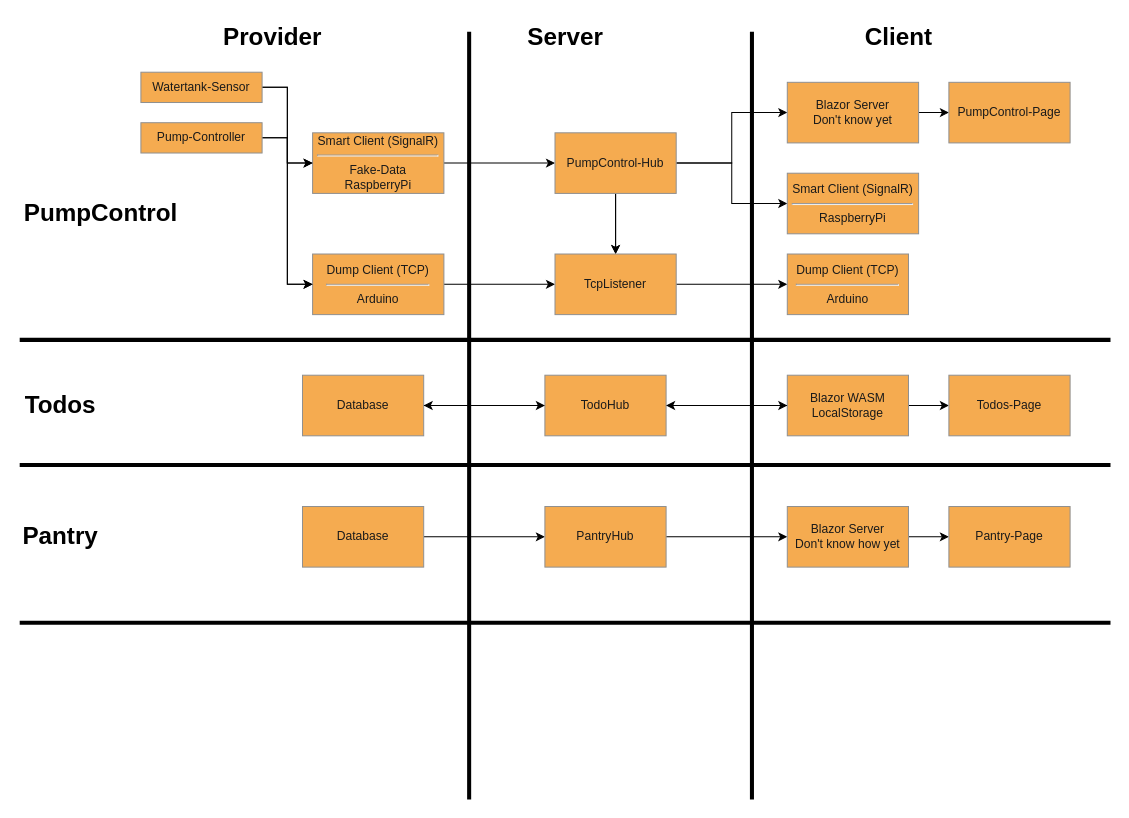
Above: Diagrams/Dataflow.drawio in SpaxR/CIAHome (draw.io), before the change. Source tidied: cells renumbered, new cells numbered last; positions are measured from the earlier drawing's top-left corner, leaving out a move shared by most shapes. Both pictures are drawn from the tidied source at 101%, with x=0, y=0 at pixel (19, 17).
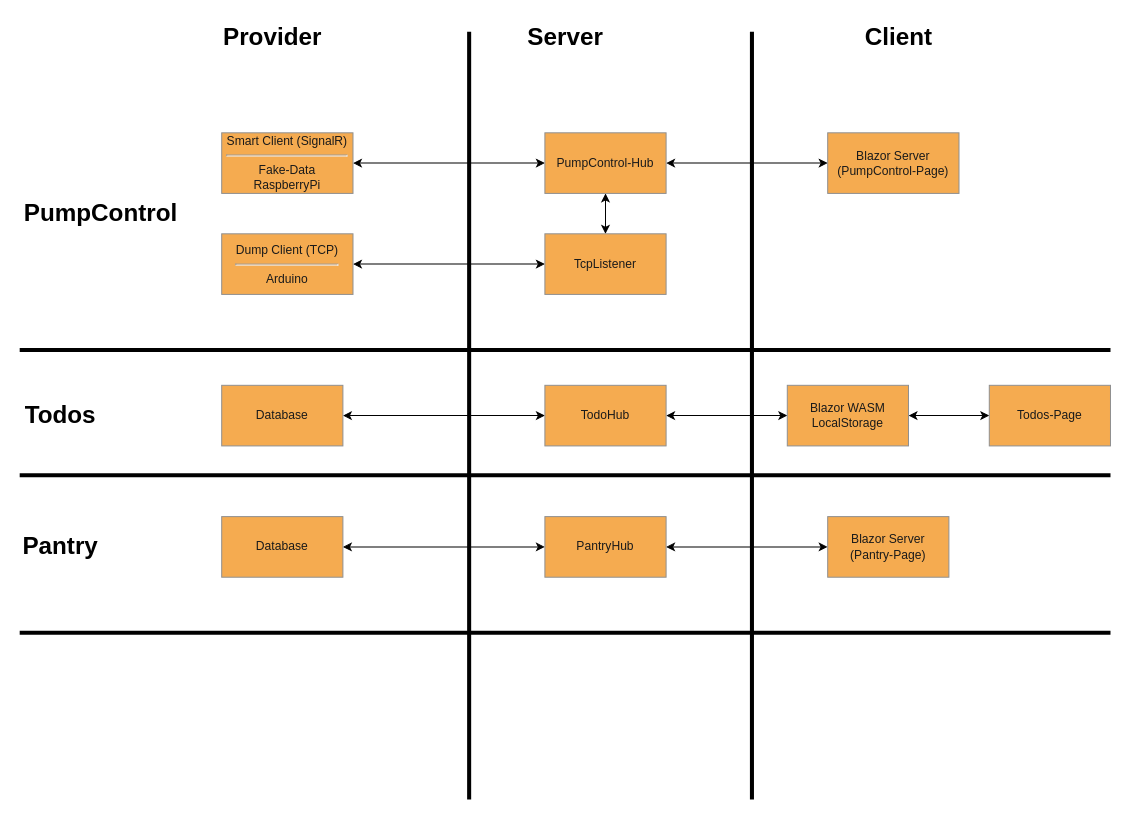
Above is the later version.

Commit message (it also covers changes not shown here):
Renamed Watertank- and Pump-Status updates

The edit, as a diff of the source:
```diff
@@
-    <mxCell id="4" style="edgeStyle=orthogonalEdgeStyle;rounded=0;jettySize=auto;html=1;" parent="1" edge="1" source="5" target="10">
-      <mxGeometry relative="1" as="geometry" />
+    <mxCell id="4" style="edgeStyle=orthogonalEdgeStyle;rounded=0;jettySize=auto;html=1;entryX=0;entryY=0.5;entryDx=0;entryDy=0;exitX=1;exitY=0.5;exitDx=0;exitDy=0;startArrow=classic;startFill=1;" parent="1" edge="1" source="5" target="10">
+      <mxGeometry relative="1" as="geometry">
+        <Array as="points">
+          <mxPoint x="460" y="144" />
+          <mxPoint x="460" y="144" />
+        </Array>
+      </mxGeometry>
     </mxCell>
     <mxCell id="5" value="&lt;div&gt;Smart Client (SignalR)&lt;/div&gt;&lt;div&gt;&lt;hr&gt;&lt;/div&gt;&lt;div&gt;Fake-Data&lt;/div&gt;&lt;div&gt;RaspberryPi&lt;/div&gt;" style="rounded=0;whiteSpace=wrap;html=1;fillColor=#F5AB50;strokeColor=#909090;fontColor=#1A1A1A;" parent="1" vertex="1">
-      <mxGeometry x="290" y="114" width="130" height="60" as="geometry" />
+      <mxGeometry x="200" y="114" width="130" height="60" as="geometry" />
     </mxCell>
-    <mxCell id="6" style="edgeStyle=orthogonalEdgeStyle;rounded=0;jettySize=auto;html=1;entryX=0.5;entryY=0;entryDx=0;entryDy=0;" parent="1" edge="1" source="10" target="18">
+    <mxCell id="6" style="edgeStyle=orthogonalEdgeStyle;rounded=0;jettySize=auto;html=1;entryX=0.5;entryY=0;entryDx=0;entryDy=0;startArrow=classic;startFill=1;" parent="1" edge="1" source="10" target="18">
       <mxGeometry relative="1" as="geometry" />
     </mxCell>
-    <mxCell id="7" style="edgeStyle=orthogonalEdgeStyle;rounded=0;jettySize=auto;html=1;" parent="1" edge="1" source="10" target="43">
-      <mxGeometry relative="1" as="geometry" />
-    </mxCell>
-    <mxCell id="8" style="edgeStyle=orthogonalEdgeStyle;rounded=0;jettySize=auto;html=1;" parent="1" edge="1" source="10">
-      <mxGeometry relative="1" as="geometry">
-        <mxPoint x="590" y="234" as="targetPoint" />
-      </mxGeometry>
-    </mxCell>
-    <mxCell id="9" style="edgeStyle=orthogonalEdgeStyle;rounded=0;jettySize=auto;html=1;entryX=0;entryY=0.5;entryDx=0;entryDy=0;" parent="1" edge="1" source="10" target="22">
+    <mxCell id="9" style="edgeStyle=orthogonalEdgeStyle;rounded=0;jettySize=auto;html=1;entryX=0;entryY=0.5;entryDx=0;entryDy=0;startArrow=classic;startFill=1;" parent="1" edge="1" source="10" target="22">
       <mxGeometry relative="1" as="geometry" />
     </mxCell>
     <mxCell id="10" value="&lt;div&gt;PumpControl-Hub&lt;/div&gt;" style="rounded=0;whiteSpace=wrap;html=1;fillColor=#F5AB50;strokeColor=#909090;fontColor=#1A1A1A;" parent="1" vertex="1">
-      <mxGeometry x="530" y="114" width="120" height="60" as="geometry" />
+      <mxGeometry x="520" y="114" width="120" height="60" as="geometry" />
     </mxCell>
-    <mxCell id="11" style="edgeStyle=orthogonalEdgeStyle;rounded=0;jettySize=auto;html=1;exitX=1;exitY=0.5;exitDx=0;exitDy=0;" parent="1" edge="1" source="22" target="25">
-      <mxGeometry relative="1" as="geometry" />
-    </mxCell>
-    <mxCell id="12" style="edgeStyle=orthogonalEdgeStyle;rounded=0;jettySize=auto;html=1;entryX=0;entryY=0.5;entryDx=0;entryDy=0;" parent="1" edge="1" source="14" target="30">
+    <mxCell id="12" style="edgeStyle=orthogonalEdgeStyle;rounded=0;jettySize=auto;html=1;entryX=0;entryY=0.5;entryDx=0;entryDy=0;startArrow=classic;startFill=1;" parent="1" edge="1" source="14" target="30">
       <mxGeometry relative="1" as="geometry" />
     </mxCell>
-    <mxCell id="13" style="edgeStyle=orthogonalEdgeStyle;rounded=0;jettySize=auto;html=1;entryX=1;entryY=0.5;entryDx=0;entryDy=0;" parent="1" edge="1" source="14" target="33">
+    <mxCell id="13" style="edgeStyle=orthogonalEdgeStyle;rounded=0;jettySize=auto;html=1;entryX=1;entryY=0.5;entryDx=0;entryDy=0;startArrow=classic;startFill=1;" parent="1" edge="1" source="14" target="33">
       <mxGeometry relative="1" as="geometry" />
     </mxCell>
     <mxCell id="14" value="&lt;div&gt;Blazor WASM&lt;/div&gt;&lt;div&gt;LocalStorage&lt;/div&gt;" style="rounded=0;whiteSpace=wrap;html=1;fillColor=#F5AB50;strokeColor=#909090;fontColor=#1A1A1A;" parent="1" vertex="1">
-      <mxGeometry x="760" y="354" width="120" height="60" as="geometry" />
+      <mxGeometry x="760" y="364" width="120" height="60" as="geometry" />
     </mxCell>
-    <mxCell id="15" style="edgeStyle=orthogonalEdgeStyle;rounded=0;jettySize=auto;html=1;" parent="1" edge="1" source="16" target="18">
+    <mxCell id="15" style="edgeStyle=orthogonalEdgeStyle;rounded=0;jettySize=auto;html=1;startArrow=classic;startFill=1;" parent="1" edge="1" source="16" target="18">
       <mxGeometry relative="1" as="geometry" />
     </mxCell>
     <mxCell id="16" value="Dump Client (TCP)&lt;br&gt;&lt;hr&gt;Arduino" style="rounded=0;whiteSpace=wrap;html=1;fillColor=#F5AB50;strokeColor=#909090;fontColor=#1A1A1A;" parent="1" vertex="1">
-      <mxGeometry x="290" y="234" width="130" height="60" as="geometry" />
+      <mxGeometry x="200" y="214" width="130" height="60" as="geometry" />
     </mxCell>
-    <mxCell id="17" style="edgeStyle=orthogonalEdgeStyle;rounded=0;jettySize=auto;html=1;entryX=0;entryY=0.5;entryDx=0;entryDy=0;" parent="1" edge="1" source="18" target="44">
-      <mxGeometry relative="1" as="geometry" />
-    </mxCell>
     <mxCell id="18" value="TcpListener" style="rounded=0;whiteSpace=wrap;html=1;fillColor=#F5AB50;strokeColor=#909090;fontColor=#1A1A1A;" parent="1" vertex="1">
-      <mxGeometry x="530" y="234" width="120" height="60" as="geometry" />
+      <mxGeometry x="520" y="214" width="120" height="60" as="geometry" />
     </mxCell>
@@
-    <mxCell id="22" value="&lt;div&gt;Blazor Server&lt;/div&gt;&lt;div&gt;Don't know yet&lt;/div&gt;" style="rounded=0;whiteSpace=wrap;html=1;fillColor=#F5AB50;strokeColor=#909090;fontColor=#1A1A1A;" parent="1" vertex="1">
-      <mxGeometry x="760" y="64" width="130" height="60" as="geometry" />
+    <mxCell id="22" value="&lt;div&gt;Blazor Server&lt;/div&gt;&lt;div&gt;(PumpControl-Page)&lt;/div&gt;" style="rounded=0;whiteSpace=wrap;html=1;fillColor=#F5AB50;strokeColor=#909090;fontColor=#1A1A1A;" parent="1" vertex="1">
+      <mxGeometry x="800" y="114" width="130" height="60" as="geometry" />
     </mxCell>
-    <mxCell id="23" style="edgeStyle=orthogonalEdgeStyle;rounded=0;jettySize=auto;html=1;entryX=0;entryY=0.5;entryDx=0;entryDy=0;" parent="1" edge="1" source="24" target="33">
+    <mxCell id="23" style="edgeStyle=orthogonalEdgeStyle;rounded=0;jettySize=auto;html=1;entryX=0;entryY=0.5;entryDx=0;entryDy=0;startArrow=classic;startFill=1;" parent="1" edge="1" source="24" target="33">
       <mxGeometry relative="1" as="geometry" />
     </mxCell>
     <mxCell id="24" value="Database" style="rounded=0;whiteSpace=wrap;html=1;fillColor=#F5AB50;strokeColor=#909090;fontColor=#1A1A1A;" parent="1" vertex="1">
-      <mxGeometry x="280" y="354" width="120" height="60" as="geometry" />
+      <mxGeometry x="200" y="364" width="120" height="60" as="geometry" />
     </mxCell>
-    <mxCell id="25" value="PumpControl-Page" style="rounded=0;whiteSpace=wrap;html=1;fillColor=#F5AB50;strokeColor=#909090;fontColor=#1A1A1A;" parent="1" vertex="1">
-      <mxGeometry x="920" y="64" width="120" height="60" as="geometry" />
-    </mxCell>
@@
     <mxCell id="27" style="line;strokeWidth=4;html=1;perimeter=backbonePerimeter;" parent="1" vertex="1">
-      <mxGeometry y="314" width="1080" height="10" as="geometry" />
+      <mxGeometry y="324" width="1080" height="10" as="geometry" />
     </mxCell>
     <mxCell id="28" style="line;strokeWidth=4;html=1;perimeter=backbonePerimeter;" parent="1" vertex="1">
-      <mxGeometry y="438" width="1080" height="10" as="geometry" />
+      <mxGeometry y="448" width="1080" height="10" as="geometry" />
     </mxCell>
     <mxCell id="29" value="Todos" style="text;html=1;fontSize=24;fontStyle=1;verticalAlign=middle;align=center;" parent="1" vertex="1">
-      <mxGeometry y="364" width="80" height="40" as="geometry" />
+      <mxGeometry y="374" width="80" height="40" as="geometry" />
     </mxCell>
     <mxCell id="30" value="Todos-Page" style="rounded=0;whiteSpace=wrap;html=1;fillColor=#F5AB50;strokeColor=#909090;fontColor=#1A1A1A;" parent="1" vertex="1">
-      <mxGeometry x="920" y="354" width="120" height="60" as="geometry" />
+      <mxGeometry x="960" y="364" width="120" height="60" as="geometry" />
     </mxCell>
-    <mxCell id="31" style="edgeStyle=orthogonalEdgeStyle;rounded=0;jettySize=auto;html=1;entryX=0;entryY=0.5;entryDx=0;entryDy=0;" parent="1" edge="1" source="33" target="14">
-      <mxGeometry relative="1" as="geometry" />
-    </mxCell>
-    <mxCell id="32" style="edgeStyle=orthogonalEdgeStyle;rounded=0;jettySize=auto;html=1;entryX=1;entryY=0.5;entryDx=0;entryDy=0;" parent="1" edge="1" source="33" target="24">
-      <mxGeometry relative="1" as="geometry" />
-    </mxCell>
     <mxCell id="33" value="&lt;div&gt;TodoHub&lt;/div&gt;" style="rounded=0;whiteSpace=wrap;html=1;fillColor=#F5AB50;strokeColor=#909090;fontColor=#1A1A1A;" parent="1" vertex="1">
-      <mxGeometry x="520" y="354" width="120" height="60" as="geometry" />
+      <mxGeometry x="520" y="364" width="120" height="60" as="geometry" />
     </mxCell>
     <mxCell id="34" value="Pantry" style="text;html=1;fontSize=24;fontStyle=1;verticalAlign=middle;align=center;" parent="1" vertex="1">
-      <mxGeometry y="494" width="80" height="40" as="geometry" />
+      <mxGeometry y="504" width="80" height="40" as="geometry" />
     </mxCell>
-    <mxCell id="35" style="edgeStyle=orthogonalEdgeStyle;rounded=0;jettySize=auto;html=1;entryX=0;entryY=0.5;entryDx=0;entryDy=0;" parent="1" edge="1" source="36" target="38">
+    <mxCell id="35" style="edgeStyle=orthogonalEdgeStyle;rounded=0;jettySize=auto;html=1;entryX=0;entryY=0.5;entryDx=0;entryDy=0;startArrow=classic;startFill=1;" parent="1" edge="1" source="36" target="38">
       <mxGeometry relative="1" as="geometry" />
     </mxCell>
     <mxCell id="36" value="Database" style="rounded=0;whiteSpace=wrap;html=1;fillColor=#F5AB50;strokeColor=#909090;fontColor=#1A1A1A;" parent="1" vertex="1">
-      <mxGeometry x="280" y="484" width="120" height="60" as="geometry" />
+      <mxGeometry x="200" y="494" width="120" height="60" as="geometry" />
     </mxCell>
-    <mxCell id="37" style="edgeStyle=orthogonalEdgeStyle;rounded=0;jettySize=auto;html=1;entryX=0;entryY=0.5;entryDx=0;entryDy=0;" parent="1" edge="1" source="38" target="40">
+    <mxCell id="37" style="edgeStyle=orthogonalEdgeStyle;rounded=0;jettySize=auto;html=1;entryX=0;entryY=0.5;entryDx=0;entryDy=0;startArrow=classic;startFill=1;" parent="1" edge="1" source="38" target="40">
       <mxGeometry relative="1" as="geometry" />
     </mxCell>
     <mxCell id="38" value="PantryHub" style="rounded=0;whiteSpace=wrap;html=1;fillColor=#F5AB50;strokeColor=#909090;fontColor=#1A1A1A;" parent="1" vertex="1">
-      <mxGeometry x="520" y="484" width="120" height="60" as="geometry" />
+      <mxGeometry x="520" y="494" width="120" height="60" as="geometry" />
     </mxCell>
-    <mxCell id="39" style="edgeStyle=orthogonalEdgeStyle;rounded=0;jettySize=auto;html=1;entryX=0;entryY=0.5;entryDx=0;entryDy=0;" parent="1" edge="1" source="40" target="41">
-      <mxGeometry relative="1" as="geometry" />
-    </mxCell>
-    <mxCell id="40" value="Blazor Server&lt;br&gt;Don't know how yet" style="rounded=0;whiteSpace=wrap;html=1;fillColor=#F5AB50;strokeColor=#909090;fontColor=#1A1A1A;" parent="1" vertex="1">
-      <mxGeometry x="760" y="484" width="120" height="60" as="geometry" />
+    <mxCell id="40" value="Blazor Server&lt;br&gt;(Pantry-Page)" style="rounded=0;whiteSpace=wrap;html=1;fillColor=#F5AB50;strokeColor=#909090;fontColor=#1A1A1A;" parent="1" vertex="1">
+      <mxGeometry x="800" y="494" width="120" height="60" as="geometry" />
     </mxCell>
-    <mxCell id="41" value="Pantry-Page" style="rounded=0;whiteSpace=wrap;html=1;fillColor=#F5AB50;strokeColor=#909090;fontColor=#1A1A1A;" parent="1" vertex="1">
-      <mxGeometry x="920" y="484" width="120" height="60" as="geometry" />
-    </mxCell>
     <mxCell id="42" style="line;strokeWidth=4;html=1;perimeter=backbonePerimeter;" parent="1" vertex="1">
-      <mxGeometry y="594" width="1080" height="10" as="geometry" />
+      <mxGeometry y="604" width="1080" height="10" as="geometry" />
     </mxCell>
-    <mxCell id="43" value="&lt;div&gt;Smart Client (SignalR)&lt;/div&gt;&lt;div&gt;&lt;hr&gt;RaspberryPi&lt;/div&gt;" style="rounded=0;whiteSpace=wrap;html=1;fillColor=#F5AB50;strokeColor=#909090;fontColor=#1A1A1A;" parent="1" vertex="1">
-      <mxGeometry x="760" y="154" width="130" height="60" as="geometry" />
-    </mxCell>
-    <mxCell id="44" value="Dump Client (TCP)&lt;br&gt;&lt;hr&gt;Arduino" style="rounded=0;whiteSpace=wrap;html=1;fillColor=#F5AB50;strokeColor=#909090;fontColor=#1A1A1A;" parent="1" vertex="1">
-      <mxGeometry x="760" y="234" width="120" height="60" as="geometry" />
-    </mxCell>
-    <mxCell id="45" style="edgeStyle=orthogonalEdgeStyle;rounded=0;jettySize=auto;html=1;entryX=0;entryY=0.5;entryDx=0;entryDy=0;" parent="1" edge="1" source="47" target="5">
-      <mxGeometry relative="1" as="geometry" />
-    </mxCell>
-    <mxCell id="46" style="edgeStyle=orthogonalEdgeStyle;rounded=0;jettySize=auto;html=1;entryX=0;entryY=0.5;entryDx=0;entryDy=0;" parent="1" edge="1" source="47" target="16">
-      <mxGeometry relative="1" as="geometry" />
-    </mxCell>
-    <mxCell id="47" value="Watertank-Sensor" style="rounded=0;whiteSpace=wrap;html=1;fillColor=#F5AB50;strokeColor=#909090;fontColor=#1A1A1A;" parent="1" vertex="1">
-      <mxGeometry x="120" y="54" width="120" height="30" as="geometry" />
-    </mxCell>
-    <mxCell id="48" style="edgeStyle=orthogonalEdgeStyle;rounded=0;jettySize=auto;html=1;entryX=0;entryY=0.5;entryDx=0;entryDy=0;" parent="1" edge="1" source="50" target="5">
-      <mxGeometry relative="1" as="geometry" />
-    </mxCell>
-    <mxCell id="49" style="edgeStyle=orthogonalEdgeStyle;rounded=0;jettySize=auto;html=1;entryX=0;entryY=0.5;entryDx=0;entryDy=0;" parent="1" edge="1" source="50" target="16">
-      <mxGeometry relative="1" as="geometry" />
-    </mxCell>
-    <mxCell id="50" value="Pump-Controller" style="rounded=0;whiteSpace=wrap;html=1;fillColor=#F5AB50;strokeColor=#909090;fontColor=#1A1A1A;" parent="1" vertex="1">
-      <mxGeometry x="120" y="104" width="120" height="30" as="geometry" />
-    </mxCell>
```
